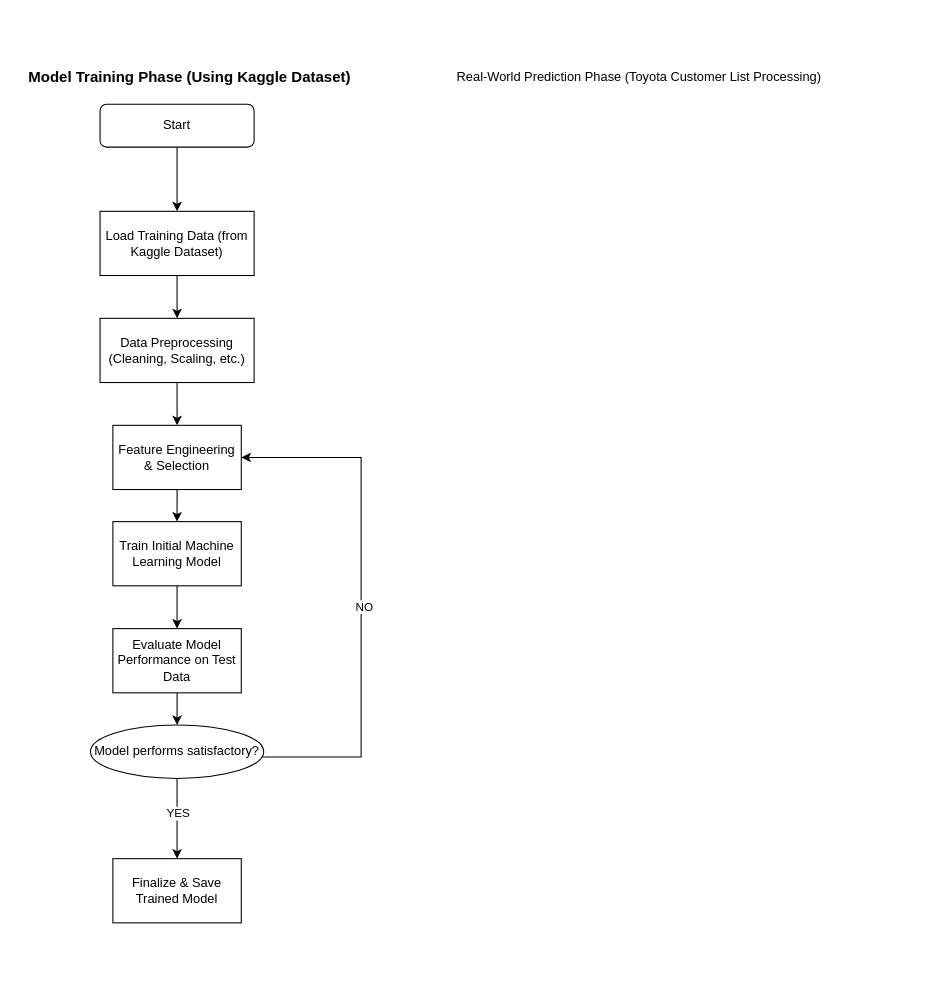
Above: Mandatory Vehicle Insurance – Flowchart .drawio in zsofiafeimann/datascience_project (draw.io), before the change. Source tidied: cells renumbered, new cells numbered last; positions are measured from the earlier drawing's top-left corner, leaving out a move shared by most shapes. Both pictures are drawn from the tidied source at 107%, with x=0, y=0 at pixel (18, 61).
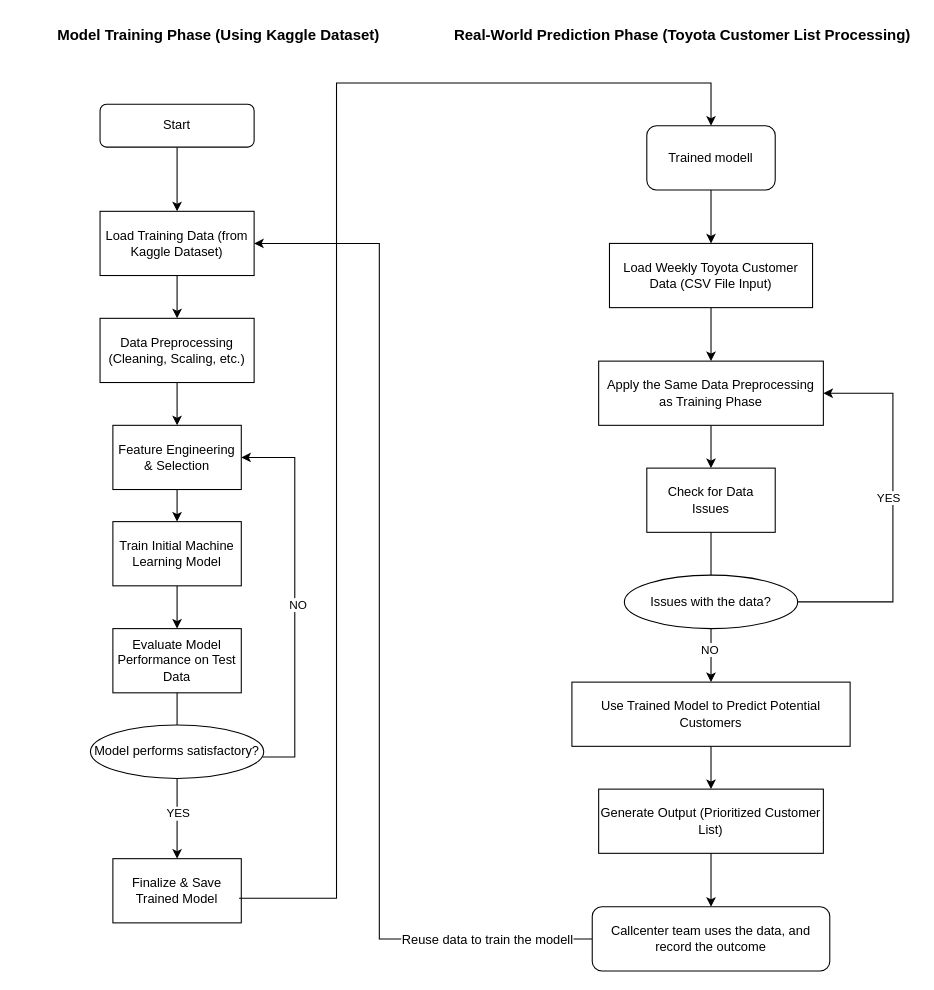
The same page after the edit.

The change refers to these unchanged cells:
```xml
<mxCell id="6" value="Load Training Data (from Kaggle Dataset)" style="rounded=0;whiteSpace=wrap;html=1;" parent="1" vertex="1">
  <mxGeometry x="76" y="140" width="144" height="60" as="geometry" />
</mxCell>
<mxCell id="10" value="Feature Engineering &amp;amp; Selection" style="whiteSpace=wrap;html=1;rounded=0;" parent="1" vertex="1">
  <mxGeometry x="88" y="340" width="120" height="60" as="geometry" />
</mxCell>
<mxCell id="14" value="Evaluate Model Performance on Test Data" style="whiteSpace=wrap;html=1;rounded=0;" parent="1" vertex="1">
  <mxGeometry x="88" y="530" width="120" height="60" as="geometry" />
</mxCell>
<mxCell id="19" value="Model performs satisfactory?" style="ellipse;whiteSpace=wrap;html=1;rounded=0;" parent="1" vertex="1">
  <mxGeometry x="67" y="620" width="162" height="50" as="geometry" />
</mxCell>
<mxCell id="20" value="Finalize &amp;amp; Save Trained Model" style="whiteSpace=wrap;html=1;rounded=0;" parent="1" vertex="1">
  <mxGeometry x="88" y="745" width="120" height="60" as="geometry" />
</mxCell>
```

What changed in the source:
```diff
@@
     <mxCell id="4" value="&lt;b&gt;&lt;font style=&quot;font-size: 14px;&quot;&gt;Model Training Phase (Using Kaggle Dataset)&lt;/font&gt;&lt;/b&gt;" style="text;html=1;align=center;verticalAlign=middle;whiteSpace=wrap;rounded=0;" parent="1" vertex="1">
-      <mxGeometry width="320" height="30" as="geometry" />
+      <mxGeometry x="27" y="-40" width="320" height="30" as="geometry" />
     </mxCell>
@@
-    <mxCell id="13" style="edgeStyle=orthogonalEdgeStyle;rounded=0;jettySize=auto;html=1;" parent="1" edge="1" source="14" target="19">
-      <mxGeometry relative="1" as="geometry" />
-    </mxCell>
@@
-    <mxCell id="15" style="edgeStyle=orthogonalEdgeStyle;rounded=0;jettySize=auto;html=1;entryX=1;entryY=0.5;entryDx=0;entryDy=0;" parent="1" edge="1" source="19" target="10">
+    <mxCell id="15" style="edgeStyle=orthogonalEdgeStyle;rounded=0;orthogonalLoop=1;jettySize=auto;html=1;" parent="1" edge="1">
       <mxGeometry relative="1" as="geometry">
+        <mxPoint x="228" y="650" as="sourcePoint" />
+        <mxPoint x="208" y="370" as="targetPoint" />
         <Array as="points">
-          <mxPoint x="320" y="650" />
-          <mxPoint x="320" y="370" />
+          <mxPoint x="258" y="650" />
+          <mxPoint x="258" y="370" />
         </Array>
       </mxGeometry>
     </mxCell>
@@
-    <mxCell id="21" value="Real-World Prediction Phase (Toyota Customer List Processing)" style="text;html=1;align=center;verticalAlign=middle;whiteSpace=wrap;rounded=0;" parent="1" vertex="1">
-      <mxGeometry x="380" width="400" height="30" as="geometry" />
+    <mxCell id="21" value="&lt;b&gt;&lt;font style=&quot;font-size: 14px;&quot;&gt;Real-World Prediction Phase (Toyota Customer List Processing)&lt;/font&gt;&lt;/b&gt;" style="text;html=1;align=center;verticalAlign=middle;whiteSpace=wrap;rounded=0;" parent="1" vertex="1">
+      <mxGeometry x="402" y="-40" width="437" height="30" as="geometry" />
     </mxCell>
+    <mxCell id="22" value="Trained modell" style="rounded=1;whiteSpace=wrap;html=1;" parent="1" vertex="1">
+      <mxGeometry x="587" y="60" width="120" height="60" as="geometry" />
+    </mxCell>
+    <mxCell id="23" style="endArrow=classic;html=1;rounded=0;exitX=0.983;exitY=0.617;exitDx=0;exitDy=0;entryX=0.5;entryY=0;entryDx=0;entryDy=0;exitPerimeter=0;" parent="1" edge="1" source="20" target="22">
+      <mxGeometry relative="1" as="geometry">
+        <Array as="points">
+          <mxPoint x="297" y="782" />
+          <mxPoint x="297" y="410" />
+          <mxPoint x="297" y="20" />
+          <mxPoint x="647" y="20" />
+        </Array>
+      </mxGeometry>
+    </mxCell>
+    <mxCell id="24" value="Load Weekly Toyota Customer Data (CSV File Input)" style="rounded=0;whiteSpace=wrap;html=1;" parent="1" vertex="1">
+      <mxGeometry x="552.1" y="170" width="189.8" height="60" as="geometry" />
+    </mxCell>
+    <mxCell id="25" style="endArrow=classic;html=1;rounded=0;exitX=0.5;exitY=1;exitDx=0;exitDy=0;entryX=0.5;entryY=0;entryDx=0;entryDy=0;" parent="1" edge="1" source="22" target="24">
+      <mxGeometry relative="1" as="geometry" />
+    </mxCell>
+    <mxCell id="26" style="edgeStyle=orthogonalEdgeStyle;rounded=0;jettySize=auto;html=1;" parent="1" edge="1" source="27" target="29">
+      <mxGeometry relative="1" as="geometry" />
+    </mxCell>
+    <mxCell id="27" value="Apply the Same Data Preprocessing as Training Phase" style="whiteSpace=wrap;html=1;rounded=0;" parent="1" vertex="1">
+      <mxGeometry x="542" y="280" width="210" height="60" as="geometry" />
+    </mxCell>
+    <mxCell id="28" style="endArrow=classic;html=1;rounded=0;exitX=0.5;exitY=1;exitDx=0;exitDy=0;entryX=0.5;entryY=0;entryDx=0;entryDy=0;" parent="1" edge="1" source="24" target="27">
+      <mxGeometry relative="1" as="geometry" />
+    </mxCell>
+    <mxCell id="29" value="Check for Data Issues" style="whiteSpace=wrap;html=1;rounded=0;" parent="1" vertex="1">
+      <mxGeometry x="587" y="380" width="120" height="60" as="geometry" />
+    </mxCell>
+    <mxCell id="30" style="edgeStyle=orthogonalEdgeStyle;rounded=0;jettySize=auto;html=1;" parent="1" edge="1" source="32" target="37">
+      <mxGeometry relative="1" as="geometry" />
+    </mxCell>
+    <mxCell id="31" value="NO" style="edgeLabel;html=1;align=center;verticalAlign=middle;" parent="30" vertex="1">
+      <mxGeometry x="-0.23" y="-2" relative="1" as="geometry" />
+    </mxCell>
+    <mxCell id="32" value="Issues with the data?" style="ellipse;whiteSpace=wrap;html=1;rounded=0;" parent="1" vertex="1">
+      <mxGeometry x="566" y="480" width="162" height="50" as="geometry" />
+    </mxCell>
+    <mxCell id="13" style="endArrow=none;html=1;rounded=0;exitX=0.5;exitY=1;exitDx=0;exitDy=0;entryX=0.5;entryY=0;entryDx=0;entryDy=0;" parent="1" edge="1" source="14" target="19">
+      <mxGeometry relative="1" as="geometry" />
+    </mxCell>
+    <mxCell id="33" style="endArrow=none;html=1;rounded=0;exitX=0.5;exitY=0;exitDx=0;exitDy=0;entryX=0.5;entryY=1;entryDx=0;entryDy=0;" parent="1" edge="1" source="32" target="29">
+      <mxGeometry relative="1" as="geometry" />
+    </mxCell>
+    <mxCell id="34" style="endArrow=classic;html=1;rounded=0;exitX=1;exitY=0.5;exitDx=0;exitDy=0;entryX=1;entryY=0.5;entryDx=0;entryDy=0;" parent="1" edge="1" source="32" target="27">
+      <mxGeometry relative="1" as="geometry">
+        <Array as="points">
+          <mxPoint x="817" y="505" />
+          <mxPoint x="817" y="310" />
+        </Array>
+      </mxGeometry>
+    </mxCell>
+    <mxCell id="35" value="YES" style="edgeLabel;html=1;align=center;verticalAlign=middle;" parent="34" vertex="1">
+      <mxGeometry x="0.07" y="5" relative="1" as="geometry" />
+    </mxCell>
+    <mxCell id="36" style="edgeStyle=orthogonalEdgeStyle;rounded=0;jettySize=auto;html=1;" parent="1" edge="1" source="37" target="38">
+      <mxGeometry relative="1" as="geometry" />
+    </mxCell>
+    <mxCell id="37" value="Use Trained Model to Predict Potential Customers" style="whiteSpace=wrap;html=1;rounded=0;" parent="1" vertex="1">
+      <mxGeometry x="517" y="580" width="260" height="60" as="geometry" />
+    </mxCell>
+    <mxCell id="38" value="Generate Output (Prioritized Customer List)" style="whiteSpace=wrap;html=1;rounded=0;" parent="1" vertex="1">
+      <mxGeometry x="542" y="680" width="210" height="60" as="geometry" />
+    </mxCell>
+    <mxCell id="39" value="Callcenter team uses the data, and record the outcome" style="rounded=1;whiteSpace=wrap;html=1;fontSize=12;glass=0;strokeWidth=1;shadow=0;" parent="1" vertex="1">
+      <mxGeometry x="536" y="790" width="222" height="60" as="geometry" />
+    </mxCell>
+    <mxCell id="40" style="endArrow=classic;html=1;rounded=0;exitX=0.5;exitY=1;exitDx=0;exitDy=0;" parent="1" edge="1" source="38" target="39">
+      <mxGeometry relative="1" as="geometry" />
+    </mxCell>
+    <mxCell id="41" style="endArrow=classic;html=1;rounded=0;exitX=0;exitY=0.5;exitDx=0;exitDy=0;entryX=1;entryY=0.5;entryDx=0;entryDy=0;" parent="1" edge="1" source="39" target="6">
+      <mxGeometry relative="1" as="geometry">
+        <Array as="points">
+          <mxPoint x="337" y="820" />
+          <mxPoint x="337" y="170" />
+        </Array>
+      </mxGeometry>
+    </mxCell>
+    <mxCell id="42" value="Reuse data to train the modell" style="edgeLabel;html=1;align=center;verticalAlign=middle;fontSize=12;" parent="41" vertex="1">
+      <mxGeometry x="-0.84" relative="1" as="geometry">
+        <mxPoint x="-22" as="offset" />
+      </mxGeometry>
+    </mxCell>
```
